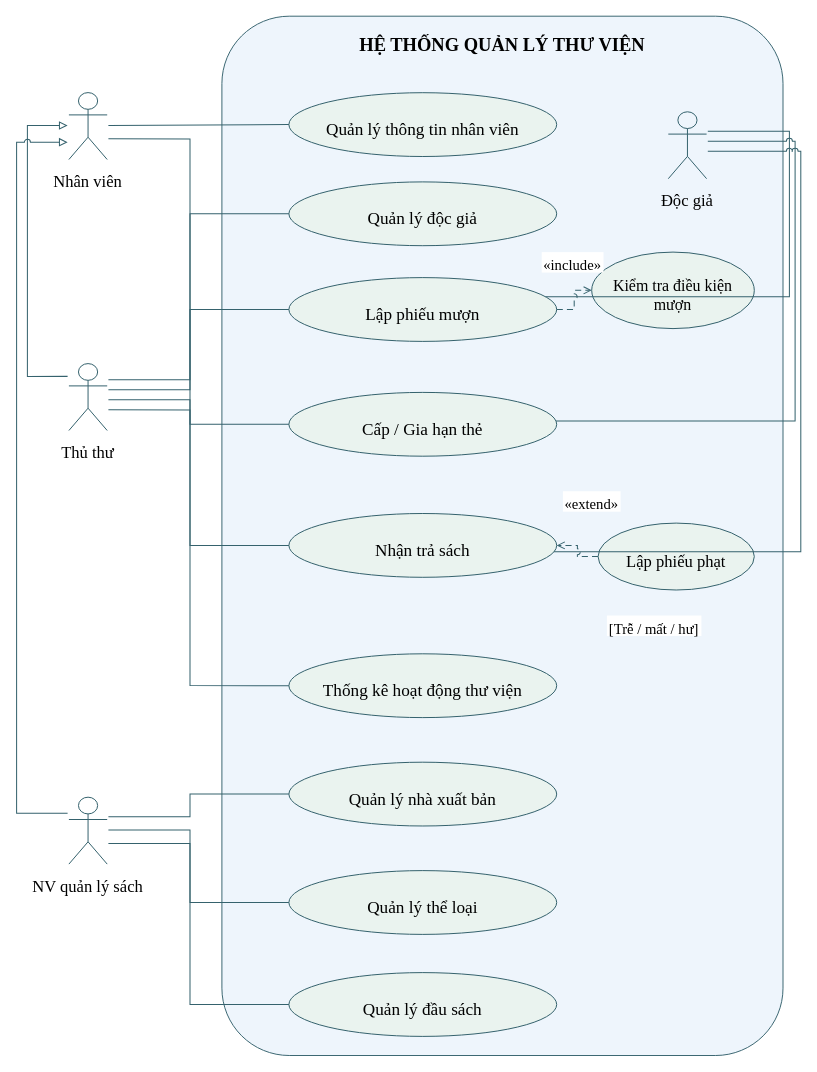
The draw.io diagram LAB2/UML/01_UseCaseTongQuat.drawio in kanishere55/LAB_AT_OOSD, before the edit. Source tidied: cells renumbered, new cells numbered last; positions are measured from the earlier drawing's top-left corner, leaving out a move shared by most shapes. Both pictures are drawn from the tidied source at 100%, with x=0, y=0 at pixel (16, 16).
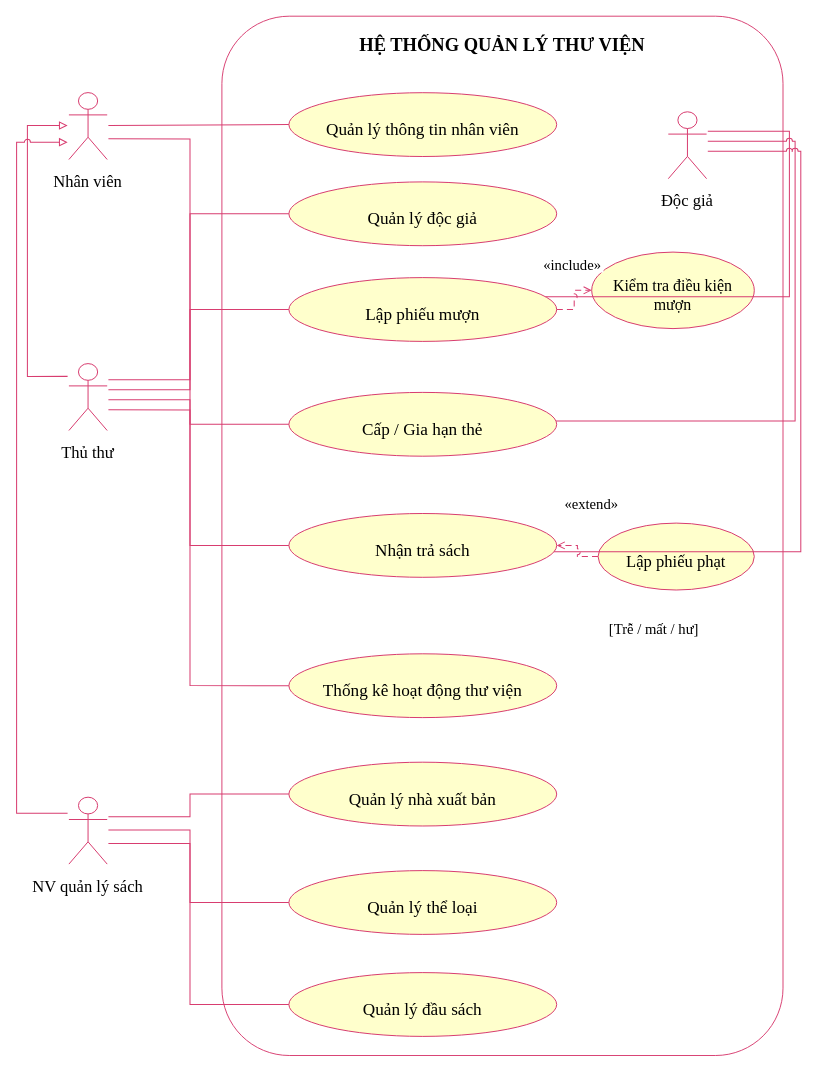
After the change.

Unchanged cells that the change refers to:
```xml
<mxCell id="4" style="group;html=0;" parent="1" vertex="1">
  <mxGeometry x="272.4" y="76.2" width="267.8" height="63.8" as="geometry" />
</mxCell>
<mxCell id="7" style="group;html=0;" parent="1" vertex="1">
  <mxGeometry x="272.4" y="165.4" width="267.8" height="63.8" as="geometry" />
</mxCell>
<mxCell id="10" style="group;html=0;" parent="1" vertex="1">
  <mxGeometry x="272.4" y="261.1" width="267.8" height="63.8" as="geometry" />
</mxCell>
<mxCell id="13" style="group;html=0;" parent="1" vertex="1">
  <mxGeometry x="272.4" y="375.9" width="267.8" height="63.8" as="geometry" />
</mxCell>
<mxCell id="16" style="group;html=0;" parent="1" vertex="1">
  <mxGeometry x="272.4" y="497" width="267.8" height="63.8" as="geometry" />
</mxCell>
<mxCell id="19" style="group;html=0;" parent="1" vertex="1">
  <mxGeometry x="272.4" y="637.3" width="267.8" height="63.8" as="geometry" />
</mxCell>
<mxCell id="22" style="group;html=0;" parent="1" vertex="1">
  <mxGeometry x="272.4" y="745.7" width="267.8" height="63.8" as="geometry" />
</mxCell>
<mxCell id="25" style="group;html=0;" parent="1" vertex="1">
  <mxGeometry x="272.4" y="854.1" width="267.8" height="63.8" as="geometry" />
</mxCell>
<mxCell id="28" style="group;html=0;" parent="1" vertex="1">
  <mxGeometry x="272.4" y="956.1" width="267.8" height="63.8" as="geometry" />
</mxCell>
<mxCell id="31" style="group;html=0;" parent="1" vertex="1">
  <mxGeometry x="575.2" y="235.6" width="162.6" height="76.5" as="geometry" />
</mxCell>
<mxCell id="34" style="group;html=0;" parent="1" vertex="1">
  <mxGeometry x="581.6" y="506.6" width="156.2" height="66.9" as="geometry" />
</mxCell>
<mxCell id="37" style="group;html=0;" parent="1" vertex="1">
  <mxGeometry x="51.1" y="75.5" width="40.8" height="66.9" as="geometry" />
</mxCell>
<mxCell id="40" style="group;html=0;" parent="1" vertex="1">
  <mxGeometry x="51.1" y="346.5" width="40.8" height="66.9" as="geometry" />
</mxCell>
<mxCell id="43" style="group;html=0;" parent="1" vertex="1">
  <mxGeometry x="51.1" y="780.1" width="40.8" height="66.9" as="geometry" />
</mxCell>
<mxCell id="46" style="group;html=0;" parent="1" vertex="1">
  <mxGeometry x="650.5" y="94.7" width="40.8" height="66.9" as="geometry" />
</mxCell>
```

The edit, as a diff of the source:
```diff
@@
-    <mxCell id="2" style="rounded=1;arcSize=12;html=0;fillColor=#eef5fc;strokeColor=#35626d;strokeWidth=0.956;" parent="1" vertex="1">
+    <mxCell id="2" style="rounded=1;arcSize=12;html=0;fillColor=#ffffff;strokeColor=#d83d70;strokeWidth=0.956;" parent="1" vertex="1">
       <mxGeometry x="205.4" y="-0.3" width="561.1" height="1039.3" as="geometry" />
     </mxCell>
@@
-    <mxCell id="5" style="shape=ellipse;fillColor=#eaf3ef;strokeColor=#35626d;" parent="4" vertex="1">
+    <mxCell id="5" style="shape=ellipse;fillColor=#ffffcc;strokeColor=#d83d70;" parent="4" vertex="1">
       <mxGeometry width="267.8" height="63.8" as="geometry" />
     </mxCell>
@@
-    <mxCell id="8" style="shape=ellipse;fillColor=#eaf3ef;strokeColor=#35626d;" parent="7" vertex="1">
+    <mxCell id="8" style="shape=ellipse;fillColor=#ffffcc;strokeColor=#d83d70;" parent="7" vertex="1">
       <mxGeometry width="267.8" height="63.8" as="geometry" />
     </mxCell>
@@
-    <mxCell id="11" style="shape=ellipse;fillColor=#eaf3ef;strokeColor=#35626d;" parent="10" vertex="1">
+    <mxCell id="11" style="shape=ellipse;fillColor=#ffffcc;strokeColor=#d83d70;" parent="10" vertex="1">
       <mxGeometry width="267.8" height="63.8" as="geometry" />
     </mxCell>
@@
-    <mxCell id="14" style="shape=ellipse;fillColor=#eaf3ef;strokeColor=#35626d;" parent="13" vertex="1">
+    <mxCell id="14" style="shape=ellipse;fillColor=#ffffcc;strokeColor=#d83d70;" parent="13" vertex="1">
       <mxGeometry width="267.8" height="63.8" as="geometry" />
     </mxCell>
@@
-    <mxCell id="17" style="shape=ellipse;fillColor=#eaf3ef;strokeColor=#35626d;" parent="16" vertex="1">
+    <mxCell id="17" style="shape=ellipse;fillColor=#ffffcc;strokeColor=#d83d70;" parent="16" vertex="1">
       <mxGeometry width="267.8" height="63.8" as="geometry" />
     </mxCell>
@@
-    <mxCell id="20" style="shape=ellipse;fillColor=#eaf3ef;strokeColor=#35626d;" parent="19" vertex="1">
+    <mxCell id="20" style="shape=ellipse;fillColor=#ffffcc;strokeColor=#d83d70;" parent="19" vertex="1">
       <mxGeometry width="267.8" height="63.8" as="geometry" />
     </mxCell>
@@
-    <mxCell id="23" style="shape=ellipse;fillColor=#eaf3ef;strokeColor=#35626d;" parent="22" vertex="1">
+    <mxCell id="23" style="shape=ellipse;fillColor=#ffffcc;strokeColor=#d83d70;" parent="22" vertex="1">
       <mxGeometry width="267.8" height="63.8" as="geometry" />
     </mxCell>
@@
-    <mxCell id="26" style="shape=ellipse;fillColor=#eaf3ef;strokeColor=#35626d;" parent="25" vertex="1">
+    <mxCell id="26" style="shape=ellipse;fillColor=#ffffcc;strokeColor=#d83d70;" parent="25" vertex="1">
       <mxGeometry width="267.8" height="63.8" as="geometry" />
     </mxCell>
@@
-    <mxCell id="29" style="shape=ellipse;fillColor=#eaf3ef;strokeColor=#35626d;" parent="28" vertex="1">
+    <mxCell id="29" style="shape=ellipse;fillColor=#ffffcc;strokeColor=#d83d70;" parent="28" vertex="1">
       <mxGeometry width="267.8" height="63.8" as="geometry" />
     </mxCell>
@@
-    <mxCell id="32" style="shape=ellipse;fillColor=#eaf3ef;strokeColor=#35626d;" parent="31" vertex="1">
+    <mxCell id="32" style="shape=ellipse;fillColor=#ffffcc;strokeColor=#d83d70;" parent="31" vertex="1">
       <mxGeometry width="162.6" height="76.5" as="geometry" />
     </mxCell>
@@
-    <mxCell id="35" style="shape=ellipse;fillColor=#eaf3ef;strokeColor=#35626d;" parent="34" vertex="1">
+    <mxCell id="35" style="shape=ellipse;fillColor=#ffffcc;strokeColor=#d83d70;" parent="34" vertex="1">
       <mxGeometry width="156.2" height="66.9" as="geometry" />
     </mxCell>
@@
-    <mxCell id="38" style="shape=umlActor;fillColor=none;strokeColor=#35626d;" parent="37" vertex="1">
+    <mxCell id="38" style="shape=umlActor;fillColor=none;strokeColor=#d83d70;" parent="37" vertex="1">
       <mxGeometry x="1.3" y="0.6" width="38.3" height="66.9" as="geometry" />
     </mxCell>
@@
-    <mxCell id="41" style="shape=umlActor;fillColor=none;strokeColor=#35626d;" parent="40" vertex="1">
+    <mxCell id="41" style="shape=umlActor;fillColor=none;strokeColor=#d83d70;" parent="40" vertex="1">
       <mxGeometry x="1.3" y="0.6" width="38.3" height="66.9" as="geometry" />
     </mxCell>
@@
-    <mxCell id="44" style="shape=umlActor;fillColor=none;strokeColor=#35626d;" parent="43" vertex="1">
+    <mxCell id="44" style="shape=umlActor;fillColor=none;strokeColor=#d83d70;" parent="43" vertex="1">
       <mxGeometry x="1.3" y="0.6" width="38.3" height="66.9" as="geometry" />
     </mxCell>
@@
-    <mxCell id="47" style="shape=umlActor;fillColor=none;strokeColor=#35626d;" parent="46" vertex="1">
+    <mxCell id="47" style="shape=umlActor;fillColor=none;strokeColor=#d83d70;" parent="46" vertex="1">
       <mxGeometry x="1.3" y="0.6" width="38.3" height="66.9" as="geometry" />
     </mxCell>
@@
-    <mxCell id="49" style="edgeStyle=none;noEdgeStyle=1;rounded=0;jumpStyle=arc;jumpSize=6;strokeColor=#35626d;strokeWidth=1.020;endArrow=none;endFill=0;startArrow=none;startFill=1;exitX=1.0;exitY=0.5;exitPerimeter=0;entryX=0.0;entryY=0.5;entryPerimeter=0;" parent="1" edge="1" source="37" target="4">
+    <mxCell id="49" style="edgeStyle=none;noEdgeStyle=1;rounded=0;jumpStyle=arc;jumpSize=6;strokeColor=#d83d70;strokeWidth=1.020;endArrow=none;endFill=0;startArrow=none;startFill=1;exitX=1.0;exitY=0.5;exitPerimeter=0;entryX=0.0;entryY=0.5;entryPerimeter=0;" parent="1" edge="1" source="37" target="4">
       <mxGeometry relative="1" as="geometry">
         <Array as="points">
           <mxPoint x="173.5" y="109" />
           <mxPoint x="173.5" y="108.1" />
         </Array>
       </mxGeometry>
     </mxCell>
-    <mxCell id="50" style="edgeStyle=none;noEdgeStyle=1;rounded=0;jumpStyle=arc;jumpSize=6;strokeColor=#35626d;strokeWidth=1.020;endArrow=none;endFill=0;startArrow=none;startFill=1;exitX=1.0;exitY=0.7;exitPerimeter=0;entryX=0.0;entryY=0.5;entryPerimeter=0;" parent="1" edge="1" source="37" target="19">
+    <mxCell id="50" style="edgeStyle=none;noEdgeStyle=1;rounded=0;jumpStyle=arc;jumpSize=6;strokeColor=#d83d70;strokeWidth=1.020;endArrow=none;endFill=0;startArrow=none;startFill=1;exitX=1.0;exitY=0.7;exitPerimeter=0;entryX=0.0;entryY=0.5;entryPerimeter=0;" parent="1" edge="1" source="37" target="19">
       <mxGeometry relative="1" as="geometry">
         <Array as="points">
           <mxPoint x="173.5" y="122.4" />
           <mxPoint x="173.5" y="669.1" />
         </Array>
       </mxGeometry>
     </mxCell>
-    <mxCell id="51" style="edgeStyle=none;noEdgeStyle=1;rounded=0;jumpStyle=arc;jumpSize=6;strokeColor=#35626d;strokeWidth=1.020;endArrow=none;endFill=0;startArrow=none;startFill=1;exitX=1.0;exitY=0.25;exitPerimeter=0;entryX=0.0;entryY=0.5;entryPerimeter=0;" parent="1" edge="1" source="40" target="7">
+    <mxCell id="51" style="edgeStyle=none;noEdgeStyle=1;rounded=0;jumpStyle=arc;jumpSize=6;strokeColor=#d83d70;strokeWidth=1.020;endArrow=none;endFill=0;startArrow=none;startFill=1;exitX=1.0;exitY=0.25;exitPerimeter=0;entryX=0.0;entryY=0.5;entryPerimeter=0;" parent="1" edge="1" source="40" target="7">
       <mxGeometry relative="1" as="geometry">
         <Array as="points">
           <mxPoint x="173.5" y="363.3" />
           <mxPoint x="173.5" y="197.3" />
         </Array>
       </mxGeometry>
     </mxCell>
-    <mxCell id="52" style="edgeStyle=none;noEdgeStyle=1;rounded=0;jumpStyle=arc;jumpSize=6;strokeColor=#35626d;strokeWidth=1.020;endArrow=none;endFill=0;startArrow=none;startFill=1;exitX=1.0;exitY=0.4;exitPerimeter=0;entryX=0.0;entryY=0.5;entryPerimeter=0;" parent="1" edge="1" source="40" target="10">
+    <mxCell id="52" style="edgeStyle=none;noEdgeStyle=1;rounded=0;jumpStyle=arc;jumpSize=6;strokeColor=#d83d70;strokeWidth=1.020;endArrow=none;endFill=0;startArrow=none;startFill=1;exitX=1.0;exitY=0.4;exitPerimeter=0;entryX=0.0;entryY=0.5;entryPerimeter=0;" parent="1" edge="1" source="40" target="10">
       <mxGeometry relative="1" as="geometry">
         <Array as="points">
           <mxPoint x="173.5" y="373.3" />
           <mxPoint x="173.5" y="293" />
         </Array>
       </mxGeometry>
     </mxCell>
-    <mxCell id="53" style="edgeStyle=none;noEdgeStyle=1;rounded=0;jumpStyle=arc;jumpSize=6;strokeColor=#35626d;strokeWidth=1.020;endArrow=none;endFill=0;startArrow=none;startFill=1;exitX=1.0;exitY=0.55;exitPerimeter=0;entryX=0.0;entryY=0.5;entryPerimeter=0;" parent="1" edge="1" source="40" target="13">
+    <mxCell id="53" style="edgeStyle=none;noEdgeStyle=1;rounded=0;jumpStyle=arc;jumpSize=6;strokeColor=#d83d70;strokeWidth=1.020;endArrow=none;endFill=0;startArrow=none;startFill=1;exitX=1.0;exitY=0.55;exitPerimeter=0;entryX=0.0;entryY=0.5;entryPerimeter=0;" parent="1" edge="1" source="40" target="13">
       <mxGeometry relative="1" as="geometry">
         <Array as="points">
           <mxPoint x="173.5" y="383.3" />
           <mxPoint x="173.5" y="407.7" />
         </Array>
       </mxGeometry>
     </mxCell>
-    <mxCell id="54" style="edgeStyle=none;noEdgeStyle=1;rounded=0;jumpStyle=arc;jumpSize=6;strokeColor=#35626d;strokeWidth=1.020;endArrow=none;endFill=0;startArrow=none;startFill=1;exitX=1.0;exitY=0.7;exitPerimeter=0;entryX=0.0;entryY=0.5;entryPerimeter=0;" parent="1" edge="1" source="40" target="16">
+    <mxCell id="54" style="edgeStyle=none;noEdgeStyle=1;rounded=0;jumpStyle=arc;jumpSize=6;strokeColor=#d83d70;strokeWidth=1.020;endArrow=none;endFill=0;startArrow=none;startFill=1;exitX=1.0;exitY=0.7;exitPerimeter=0;entryX=0.0;entryY=0.5;entryPerimeter=0;" parent="1" edge="1" source="40" target="16">
       <mxGeometry relative="1" as="geometry">
         <Array as="points">
           <mxPoint x="173.5" y="393.4" />
           <mxPoint x="173.5" y="528.9" />
         </Array>
       </mxGeometry>
     </mxCell>
-    <mxCell id="55" style="edgeStyle=none;noEdgeStyle=1;rounded=0;jumpStyle=arc;jumpSize=6;strokeColor=#35626d;strokeWidth=1.020;endArrow=none;endFill=0;startArrow=none;startFill=1;exitX=1.0;exitY=0.3;exitPerimeter=0;entryX=0.0;entryY=0.5;entryPerimeter=0;" parent="1" edge="1" source="43" target="22">
+    <mxCell id="55" style="edgeStyle=none;noEdgeStyle=1;rounded=0;jumpStyle=arc;jumpSize=6;strokeColor=#d83d70;strokeWidth=1.020;endArrow=none;endFill=0;startArrow=none;startFill=1;exitX=1.0;exitY=0.3;exitPerimeter=0;entryX=0.0;entryY=0.5;entryPerimeter=0;" parent="1" edge="1" source="43" target="22">
       <mxGeometry relative="1" as="geometry">
         <Array as="points">
           <mxPoint x="173.5" y="800.2" />
           <mxPoint x="173.5" y="777.5" />
         </Array>
       </mxGeometry>
     </mxCell>
-    <mxCell id="56" style="edgeStyle=none;noEdgeStyle=1;rounded=0;jumpStyle=arc;jumpSize=6;strokeColor=#35626d;strokeWidth=1.020;endArrow=none;endFill=0;startArrow=none;startFill=1;exitX=1.0;exitY=0.5;exitPerimeter=0;entryX=0.0;entryY=0.5;entryPerimeter=0;" parent="1" edge="1" source="43" target="25">
+    <mxCell id="56" style="edgeStyle=none;noEdgeStyle=1;rounded=0;jumpStyle=arc;jumpSize=6;strokeColor=#d83d70;strokeWidth=1.020;endArrow=none;endFill=0;startArrow=none;startFill=1;exitX=1.0;exitY=0.5;exitPerimeter=0;entryX=0.0;entryY=0.5;entryPerimeter=0;" parent="1" edge="1" source="43" target="25">
       <mxGeometry relative="1" as="geometry">
         <Array as="points">
           <mxPoint x="173.5" y="813.6" />
           <mxPoint x="173.5" y="885.9" />
         </Array>
       </mxGeometry>
     </mxCell>
-    <mxCell id="57" style="edgeStyle=none;noEdgeStyle=1;rounded=0;jumpStyle=arc;jumpSize=6;strokeColor=#35626d;strokeWidth=1.020;endArrow=none;endFill=0;startArrow=none;startFill=1;exitX=1.0;exitY=0.7;exitPerimeter=0;entryX=0.0;entryY=0.5;entryPerimeter=0;" parent="1" edge="1" source="43" target="28">
+    <mxCell id="57" style="edgeStyle=none;noEdgeStyle=1;rounded=0;jumpStyle=arc;jumpSize=6;strokeColor=#d83d70;strokeWidth=1.020;endArrow=none;endFill=0;startArrow=none;startFill=1;exitX=1.0;exitY=0.7;exitPerimeter=0;entryX=0.0;entryY=0.5;entryPerimeter=0;" parent="1" edge="1" source="43" target="28">
       <mxGeometry relative="1" as="geometry">
         <Array as="points">
           <mxPoint x="173.5" y="827" />
           <mxPoint x="173.5" y="987.9" />
         </Array>
       </mxGeometry>
     </mxCell>
-    <mxCell id="58" style="edgeStyle=none;noEdgeStyle=1;rounded=0;jumpStyle=arc;jumpSize=6;strokeColor=#35626d;strokeWidth=1.020;endArrow=none;endFill=0;startArrow=none;startFill=1;exitX=1.0;exitY=0.3;exitPerimeter=0;entryX=0.958257569495584;entryY=0.3;entryPerimeter=0;" parent="1" edge="1" source="46" target="10">
+    <mxCell id="58" style="edgeStyle=none;noEdgeStyle=1;rounded=0;jumpStyle=arc;jumpSize=6;strokeColor=#d83d70;strokeWidth=1.020;endArrow=none;endFill=0;startArrow=none;startFill=1;exitX=1.0;exitY=0.3;exitPerimeter=0;entryX=0.958257569495584;entryY=0.3;entryPerimeter=0;" parent="1" edge="1" source="46" target="10">
       <mxGeometry relative="1" as="geometry">
         <Array as="points">
           <mxPoint x="772.9" y="114.8" />
           <mxPoint x="772.9" y="280.2" />
         </Array>
       </mxGeometry>
     </mxCell>
-    <mxCell id="59" style="edgeStyle=none;noEdgeStyle=1;rounded=0;jumpStyle=arc;jumpSize=6;strokeColor=#35626d;strokeWidth=1.020;endArrow=none;endFill=0;startArrow=none;startFill=1;exitX=1.0;exitY=0.45;exitPerimeter=0;entryX=0.99749371855331;entryY=0.45;entryPerimeter=0;" parent="1" edge="1" source="46" target="13">
+    <mxCell id="59" style="edgeStyle=none;noEdgeStyle=1;rounded=0;jumpStyle=arc;jumpSize=6;strokeColor=#d83d70;strokeWidth=1.020;endArrow=none;endFill=0;startArrow=none;startFill=1;exitX=1.0;exitY=0.45;exitPerimeter=0;entryX=0.99749371855331;entryY=0.45;entryPerimeter=0;" parent="1" edge="1" source="46" target="13">
       <mxGeometry relative="1" as="geometry">
         <Array as="points">
           <mxPoint x="778.6" y="124.8" />
           <mxPoint x="778.6" y="404.5" />
         </Array>
       </mxGeometry>
     </mxCell>
-    <mxCell id="60" style="edgeStyle=none;noEdgeStyle=1;rounded=0;jumpStyle=arc;jumpSize=6;strokeColor=#35626d;strokeWidth=1.020;endArrow=none;endFill=0;startArrow=none;startFill=1;exitX=1.0;exitY=0.6;exitPerimeter=0;entryX=0.9898979485566356;entryY=0.6;entryPerimeter=0;" parent="1" edge="1" source="46" target="16">
+    <mxCell id="60" style="edgeStyle=none;noEdgeStyle=1;rounded=0;jumpStyle=arc;jumpSize=6;strokeColor=#d83d70;strokeWidth=1.020;endArrow=none;endFill=0;startArrow=none;startFill=1;exitX=1.0;exitY=0.6;exitPerimeter=0;entryX=0.9898979485566356;entryY=0.6;entryPerimeter=0;" parent="1" edge="1" source="46" target="16">
       <mxGeometry relative="1" as="geometry">
         <Array as="points">
           <mxPoint x="784.3" y="134.8" />
           <mxPoint x="784.3" y="535.3" />
         </Array>
       </mxGeometry>
     </mxCell>
-    <mxCell id="61" style="edgeStyle=none;noEdgeStyle=1;rounded=0;jumpStyle=arc;jumpSize=6;strokeColor=#35626d;strokeWidth=1.020;endArrow=block;endFill=0;startArrow=none;startFill=1;exitX=0.0;exitY=0.2;exitPerimeter=0;entryX=0.0;entryY=0.5;entryPerimeter=0;" parent="1" edge="1" source="40" target="37">
+    <mxCell id="61" style="edgeStyle=none;noEdgeStyle=1;rounded=0;jumpStyle=arc;jumpSize=6;strokeColor=#d83d70;strokeWidth=1.020;endArrow=block;endFill=0;startArrow=none;startFill=1;exitX=0.0;exitY=0.2;exitPerimeter=0;entryX=0.0;entryY=0.5;entryPerimeter=0;" parent="1" edge="1" source="40" target="37">
       <mxGeometry relative="1" as="geometry">
         <Array as="points">
           <mxPoint x="10.9" y="359.9" />
           <mxPoint x="10.9" y="109" />
         </Array>
       </mxGeometry>
     </mxCell>
-    <mxCell id="62" style="edgeStyle=none;noEdgeStyle=1;rounded=0;jumpStyle=arc;jumpSize=6;strokeColor=#35626d;strokeWidth=1.020;endArrow=block;endFill=0;startArrow=none;startFill=1;exitX=0.0;exitY=0.25;exitPerimeter=0;entryX=0.0;entryY=0.75;entryPerimeter=0;" parent="1" edge="1" source="43" target="37">
+    <mxCell id="62" style="edgeStyle=none;noEdgeStyle=1;rounded=0;jumpStyle=arc;jumpSize=6;strokeColor=#d83d70;strokeWidth=1.020;endArrow=block;endFill=0;startArrow=none;startFill=1;exitX=0.0;exitY=0.25;exitPerimeter=0;entryX=0.0;entryY=0.75;entryPerimeter=0;" parent="1" edge="1" source="43" target="37">
       <mxGeometry relative="1" as="geometry">
         <Array as="points">
           <mxPoint x="0.1" y="796.8" />
           <mxPoint x="0.1" y="125.8" />
         </Array>
       </mxGeometry>
     </mxCell>
-    <mxCell id="63" style="edgeStyle=none;noEdgeStyle=1;rounded=0;jumpStyle=arc;jumpSize=6;strokeColor=#35626d;strokeWidth=1.020;endArrow=open;endFill=0;startArrow=none;startFill=1;dashed=1;dashPattern=6 4;exitX=1.0;exitY=0.5;exitPerimeter=0;entryX=0.0;entryY=0.5;entryPerimeter=0;" parent="1" edge="1" source="10" target="31">
+    <mxCell id="63" style="edgeStyle=none;noEdgeStyle=1;rounded=0;jumpStyle=arc;jumpSize=6;strokeColor=#d83d70;strokeWidth=1.020;endArrow=open;endFill=0;startArrow=none;startFill=1;dashed=1;dashPattern=6 4;exitX=1.0;exitY=0.5;exitPerimeter=0;entryX=0.0;entryY=0.5;entryPerimeter=0;" parent="1" edge="1" source="10" target="31">
       <mxGeometry relative="1" as="geometry">
         <Array as="points">
           <mxPoint x="557.7" y="293" />
           <mxPoint x="557.7" y="273.8" />
         </Array>
       </mxGeometry>
     </mxCell>
@@
-    <mxCell id="65" style="edgeStyle=none;noEdgeStyle=1;rounded=0;jumpStyle=arc;jumpSize=6;strokeColor=#35626d;strokeWidth=1.020;endArrow=open;endFill=0;startArrow=none;startFill=1;dashed=1;dashPattern=6 4;exitX=0.0;exitY=0.5;exitPerimeter=0;entryX=1.0;entryY=0.5;entryPerimeter=0;" parent="1" edge="1" source="34" target="16">
+    <mxCell id="65" style="edgeStyle=none;noEdgeStyle=1;rounded=0;jumpStyle=arc;jumpSize=6;strokeColor=#d83d70;strokeWidth=1.020;endArrow=open;endFill=0;startArrow=none;startFill=1;dashed=1;dashPattern=6 4;exitX=0.0;exitY=0.5;exitPerimeter=0;entryX=1.0;entryY=0.5;entryPerimeter=0;" parent="1" edge="1" source="34" target="16">
       <mxGeometry relative="1" as="geometry">
         <Array as="points">
           <mxPoint x="560.9" y="540" />
           <mxPoint x="560.9" y="528.9" />
         </Array>
       </mxGeometry>
     </mxCell>
```
